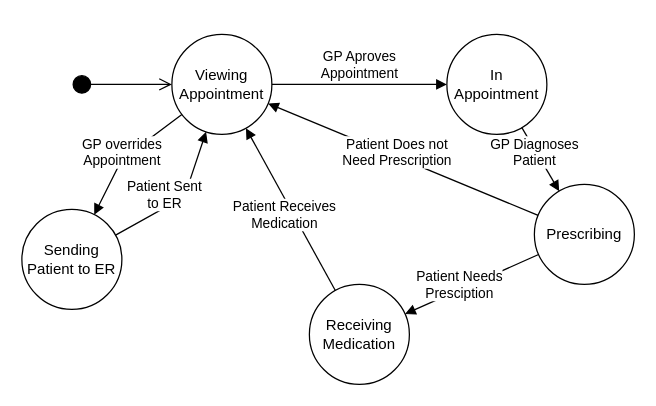
This is OliverWork/Milestone2/GeneralPractitionerStateDiagram.drawio from SENG-350-2024-fall/Team9, a draw.io file, before an edit. Source tidied: cells renumbered, new cells numbered last; positions are measured from the earlier drawing's top-left corner, leaving out a move shared by most shapes. Both pictures are drawn from the tidied source at 125%, with x=0, y=0 at pixel (21, 34).
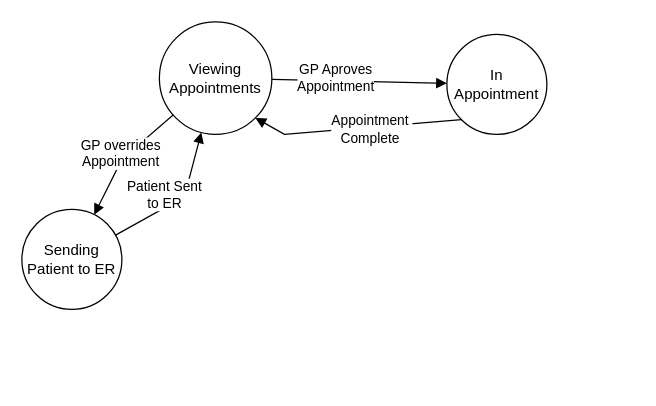
The same page after the edit.

What changed in the source:
```diff
@@
 <mxGraphModel>
   <root>
     <mxCell id="0" />
     <mxCell id="1" parent="0" />
-    <mxCell id="2" value="Viewing Appointment" style="ellipse;whiteSpace=wrap;html=1;" parent="1" vertex="1">
-      <mxGeometry x="120" width="80" height="80" as="geometry" />
+    <mxCell id="2" value="Viewing Appointments" style="ellipse;whiteSpace=wrap;html=1;" parent="1" vertex="1">
+      <mxGeometry x="110" y="-10" width="90" height="90" as="geometry" />
     </mxCell>
     <mxCell id="3" value="Sending Patient to ER" style="ellipse;whiteSpace=wrap;html=1;" parent="1" vertex="1">
       <mxGeometry y="140" width="80" height="80" as="geometry" />
     </mxCell>
     <mxCell id="4" value="GP overrides&lt;div&gt;Appointment&lt;/div&gt;" style="html=1;verticalAlign=bottom;endArrow=block;curved=0;rounded=0;" parent="1" edge="1" source="2" target="3">
       <mxGeometry x="0.26" y="4" relative="1" as="geometry">
         <Array as="points">
           <mxPoint x="80" y="100" />
         </Array>
       </mxGeometry>
     </mxCell>
     <mxCell id="5" value="Patient Sent&lt;div&gt;to ER&lt;/div&gt;" style="html=1;verticalAlign=bottom;endArrow=block;curved=0;rounded=0;" parent="1" edge="1" source="3" target="2">
       <mxGeometry x="-0.28" y="-4" relative="1" as="geometry">
         <Array as="points">
           <mxPoint x="130" y="130" />
         </Array>
       </mxGeometry>
     </mxCell>
-    <mxCell id="6" value="GP Aproves&lt;div&gt;Appointment&lt;/div&gt;" style="html=1;verticalAlign=bottom;endArrow=block;curved=0;rounded=0;" parent="1" edge="1" source="2" target="7">
-      <mxGeometry relative="1" as="geometry" />
+    <mxCell id="6" style="html=1;verticalAlign=bottom;endArrow=block;curved=0;rounded=0;" parent="1" edge="1" source="2" target="7">
+      <mxGeometry x="-0.29" y="7" relative="1" as="geometry" />
     </mxCell>
+    <mxCell id="15" value="GP Aproves&lt;div&gt;Appointment&lt;/div&gt;" style="edgeLabel;html=1;align=center;verticalAlign=middle;" parent="6" vertex="1">
+      <mxGeometry x="-0.43" y="2" relative="1" as="geometry">
+        <mxPoint x="10" as="offset" />
+      </mxGeometry>
+    </mxCell>
     <mxCell id="7" value="In Appointment" style="ellipse;whiteSpace=wrap;html=1;" parent="1" vertex="1">
       <mxGeometry x="340" width="80" height="80" as="geometry" />
     </mxCell>
-    <mxCell id="8" value="GP Diagnoses&lt;div&gt;Patient&lt;/div&gt;" style="html=1;verticalAlign=bottom;endArrow=block;curved=0;rounded=0;" parent="1" edge="1" source="7" target="9">
-      <mxGeometry x="0.21" y="-9" relative="1" as="geometry" />
+    <mxCell id="8" style="html=1;verticalAlign=bottom;endArrow=block;curved=0;rounded=0;entryX=1;entryY=1;entryDx=0;entryDy=0;exitX=0;exitY=1;exitDx=0;exitDy=0;" parent="1" edge="1" source="7" target="2">
+      <mxGeometry x="0.21" y="-9" relative="1" as="geometry">
+        <Array as="points">
+          <mxPoint x="210" y="80" />
+        </Array>
+      </mxGeometry>
     </mxCell>
-    <mxCell id="9" value="Prescribing" style="ellipse;whiteSpace=wrap;html=1;" parent="1" vertex="1">
-      <mxGeometry x="410" y="120" width="80" height="80" as="geometry" />
-    </mxCell>
-    <mxCell id="10" value="Patient Does not&lt;div&gt;Need Prescription&lt;/div&gt;" style="html=1;verticalAlign=bottom;endArrow=block;curved=0;rounded=0;" parent="1" edge="1" source="9" target="2">
-      <mxGeometry x="0.01" y="11" relative="1" as="geometry" />
-    </mxCell>
-    <mxCell id="11" value="Receiving Medication" style="ellipse;whiteSpace=wrap;html=1;" parent="1" vertex="1">
-      <mxGeometry x="230" y="200" width="80" height="80" as="geometry" />
-    </mxCell>
-    <mxCell id="12" value="Patient Needs&lt;div&gt;Presciption&lt;/div&gt;" style="html=1;verticalAlign=bottom;endArrow=block;curved=0;rounded=0;" parent="1" edge="1" source="9" target="11">
-      <mxGeometry x="0.27" y="11" relative="1" as="geometry" />
-    </mxCell>
-    <mxCell id="13" value="Patient Receives&lt;div&gt;Medication&lt;/div&gt;" style="html=1;verticalAlign=bottom;endArrow=block;curved=0;rounded=0;" parent="1" edge="1" source="11" target="2">
-      <mxGeometry x="-0.2" y="14" relative="1" as="geometry" />
-    </mxCell>
-    <mxCell id="14" style="html=1;verticalAlign=bottom;startArrow=circle;startFill=1;endArrow=open;startSize=6;endSize=8;curved=0;rounded=0;" parent="1" edge="1">
-      <mxGeometry relative="1" as="geometry">
-        <mxPoint x="40" y="40" as="sourcePoint" />
-        <mxPoint x="120" y="40" as="targetPoint" />
-      </mxGeometry>
-    </mxCell>
+    <mxCell id="16" value="Appointment&amp;nbsp;&lt;div&gt;Complete&amp;nbsp;&lt;/div&gt;" style="edgeLabel;html=1;align=center;verticalAlign=middle;" parent="8" vertex="1">
+      <mxGeometry x="0.07" y="1" relative="1" as="geometry">
+        <mxPoint x="17" y="-1" as="offset" />
+      </mxGeometry>
+    </mxCell>
   </root>
 </mxGraphModel>
```
